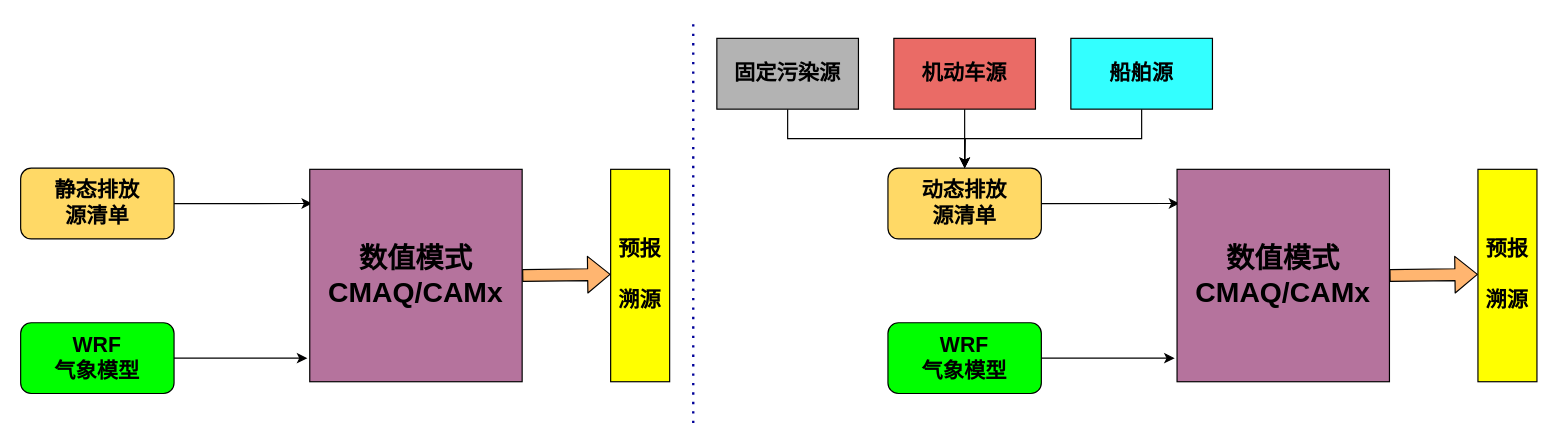
This is 两种源清单.drawio from WienWong/Misc, a draw.io file, before an edit. Source tidied: cells renumbered, new cells numbered last; positions are measured from the earlier drawing's top-left corner, leaving out a move shared by most shapes. Both pictures are drawn from the tidied source at 118%, with x=0, y=0 at pixel (20, 21).
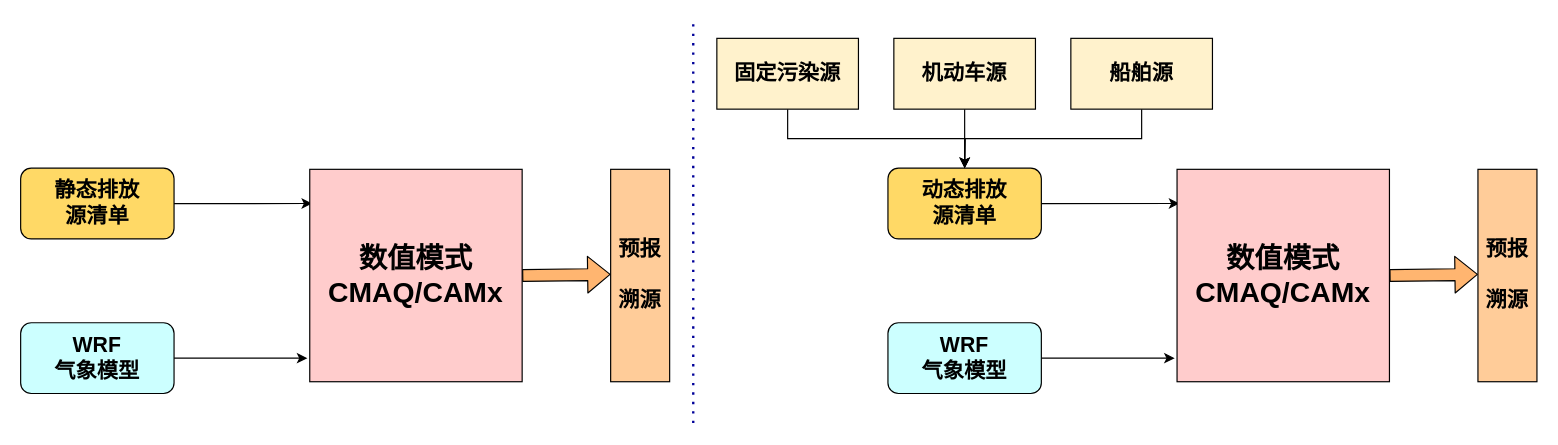
Above is the later version.

Commit message:
Update 两种源清单.drawio

Change to the diagram source:
```diff
@@
-    <mxCell id="5" value="&lt;font style=&quot;font-size: 18px&quot;&gt;&lt;b&gt;WRF&lt;br&gt;&lt;/b&gt;&lt;b&gt;气象模型&lt;/b&gt;&lt;/font&gt;" style="rounded=1;whiteSpace=wrap;html=1;fillColor=#00FF00;" parent="1" vertex="1">
+    <mxCell id="5" value="&lt;font style=&quot;font-size: 18px&quot;&gt;&lt;b&gt;WRF&lt;br&gt;&lt;/b&gt;&lt;b&gt;气象模型&lt;/b&gt;&lt;/font&gt;" style="rounded=1;whiteSpace=wrap;html=1;fillColor=#CCFFFF;" parent="1" vertex="1">
       <mxGeometry y="255" width="130" height="60" as="geometry" />
     </mxCell>
-    <mxCell id="6" value="&lt;font style=&quot;font-size: 24px&quot;&gt;&lt;b&gt;数值模式&lt;br&gt;CMAQ/CAMx&lt;/b&gt;&lt;/font&gt;" style="whiteSpace=wrap;html=1;fillColor=#B5739D;" parent="1" vertex="1">
+    <mxCell id="6" value="&lt;font style=&quot;font-size: 24px&quot;&gt;&lt;b&gt;数值模式&lt;br&gt;CMAQ/CAMx&lt;/b&gt;&lt;/font&gt;" style="whiteSpace=wrap;html=1;fillColor=#FFCCCC;" parent="1" vertex="1">
       <mxGeometry x="245" y="125" width="180" height="180" as="geometry" />
     </mxCell>
-    <mxCell id="7" value="&lt;span style=&quot;font-size: 18px&quot;&gt;&lt;b&gt;预报&lt;br&gt;&lt;br&gt;&lt;/b&gt;&lt;/span&gt;&lt;font style=&quot;font-size: 18px&quot;&gt;&lt;b&gt;溯源&lt;/b&gt;&lt;/font&gt;" style="rounded=0;whiteSpace=wrap;html=1;fillColor=#FFFF00;" parent="1" vertex="1">
+    <mxCell id="7" value="&lt;span style=&quot;font-size: 18px&quot;&gt;&lt;b&gt;预报&lt;br&gt;&lt;br&gt;&lt;/b&gt;&lt;/span&gt;&lt;font style=&quot;font-size: 18px&quot;&gt;&lt;b&gt;溯源&lt;/b&gt;&lt;/font&gt;" style="rounded=0;whiteSpace=wrap;html=1;fillColor=#FFCC99;" parent="1" vertex="1">
       <mxGeometry x="500" y="125" width="50" height="180" as="geometry" />
     </mxCell>
@@
-    <mxCell id="12" value="&lt;font style=&quot;font-size: 18px&quot;&gt;&lt;b&gt;WRF&lt;br&gt;&lt;/b&gt;&lt;b&gt;气象模型&lt;/b&gt;&lt;/font&gt;" style="rounded=1;whiteSpace=wrap;html=1;fillColor=#00FF00;" parent="1" vertex="1">
+    <mxCell id="12" value="&lt;font style=&quot;font-size: 18px&quot;&gt;&lt;b&gt;WRF&lt;br&gt;&lt;/b&gt;&lt;b&gt;气象模型&lt;/b&gt;&lt;/font&gt;" style="rounded=1;whiteSpace=wrap;html=1;fillColor=#CCFFFF;" parent="1" vertex="1">
       <mxGeometry x="735" y="255" width="130" height="60" as="geometry" />
     </mxCell>
-    <mxCell id="13" value="&lt;font style=&quot;font-size: 24px&quot;&gt;&lt;b&gt;数值模式&lt;br&gt;CMAQ/CAMx&lt;/b&gt;&lt;/font&gt;" style="whiteSpace=wrap;html=1;fillColor=#B5739D;" parent="1" vertex="1">
+    <mxCell id="13" value="&lt;font style=&quot;font-size: 24px&quot;&gt;&lt;b&gt;数值模式&lt;br&gt;CMAQ/CAMx&lt;/b&gt;&lt;/font&gt;" style="whiteSpace=wrap;html=1;fillColor=#FFCCCC;" parent="1" vertex="1">
       <mxGeometry x="980" y="125" width="180" height="180" as="geometry" />
     </mxCell>
-    <mxCell id="14" value="&lt;span style=&quot;font-size: 18px&quot;&gt;&lt;b&gt;预报&lt;br&gt;&lt;br&gt;&lt;/b&gt;&lt;/span&gt;&lt;font style=&quot;font-size: 18px&quot;&gt;&lt;b&gt;溯源&lt;/b&gt;&lt;/font&gt;" style="rounded=0;whiteSpace=wrap;html=1;fillColor=#FFFF00;" parent="1" vertex="1">
+    <mxCell id="14" value="&lt;span style=&quot;font-size: 18px&quot;&gt;&lt;b&gt;预报&lt;br&gt;&lt;br&gt;&lt;/b&gt;&lt;/span&gt;&lt;font style=&quot;font-size: 18px&quot;&gt;&lt;b&gt;溯源&lt;/b&gt;&lt;/font&gt;" style="rounded=0;whiteSpace=wrap;html=1;fillColor=#FFCC99;" parent="1" vertex="1">
       <mxGeometry x="1235" y="125" width="50" height="180" as="geometry" />
     </mxCell>
@@
-    <mxCell id="17" value="&lt;b&gt;&lt;font style=&quot;font-size: 18px&quot;&gt;固定污染源&lt;/font&gt;&lt;/b&gt;" style="rounded=0;whiteSpace=wrap;html=1;fillColor=#B3B3B3;" parent="1" vertex="1">
+    <mxCell id="17" value="&lt;b&gt;&lt;font style=&quot;font-size: 18px&quot;&gt;固定污染源&lt;/font&gt;&lt;/b&gt;" style="rounded=0;whiteSpace=wrap;html=1;fillColor=#fff2cc;" parent="1" vertex="1">
       <mxGeometry x="590" y="14" width="120" height="60" as="geometry" />
     </mxCell>
@@
-    <mxCell id="19" value="&lt;font style=&quot;font-size: 18px&quot;&gt;&lt;b&gt;机动车源&lt;/b&gt;&lt;/font&gt;" style="rounded=0;whiteSpace=wrap;html=1;fillColor=#EA6B66;" parent="1" vertex="1">
+    <mxCell id="19" value="&lt;font style=&quot;font-size: 18px&quot;&gt;&lt;b&gt;机动车源&lt;/b&gt;&lt;/font&gt;" style="rounded=0;whiteSpace=wrap;html=1;fillColor=#fff2cc;" parent="1" vertex="1">
       <mxGeometry x="740" y="14" width="120" height="60" as="geometry" />
     </mxCell>
@@
-    <mxCell id="21" value="&lt;font style=&quot;font-size: 18px&quot;&gt;&lt;b&gt;船舶源&lt;/b&gt;&lt;/font&gt;" style="rounded=0;whiteSpace=wrap;html=1;fillColor=#33FFFF;" parent="1" vertex="1">
+    <mxCell id="21" value="&lt;font style=&quot;font-size: 18px&quot;&gt;&lt;b&gt;船舶源&lt;/b&gt;&lt;/font&gt;" style="rounded=0;whiteSpace=wrap;html=1;fillColor=#fff2cc;" parent="1" vertex="1">
       <mxGeometry x="890" y="14" width="120" height="60" as="geometry" />
     </mxCell>
```
